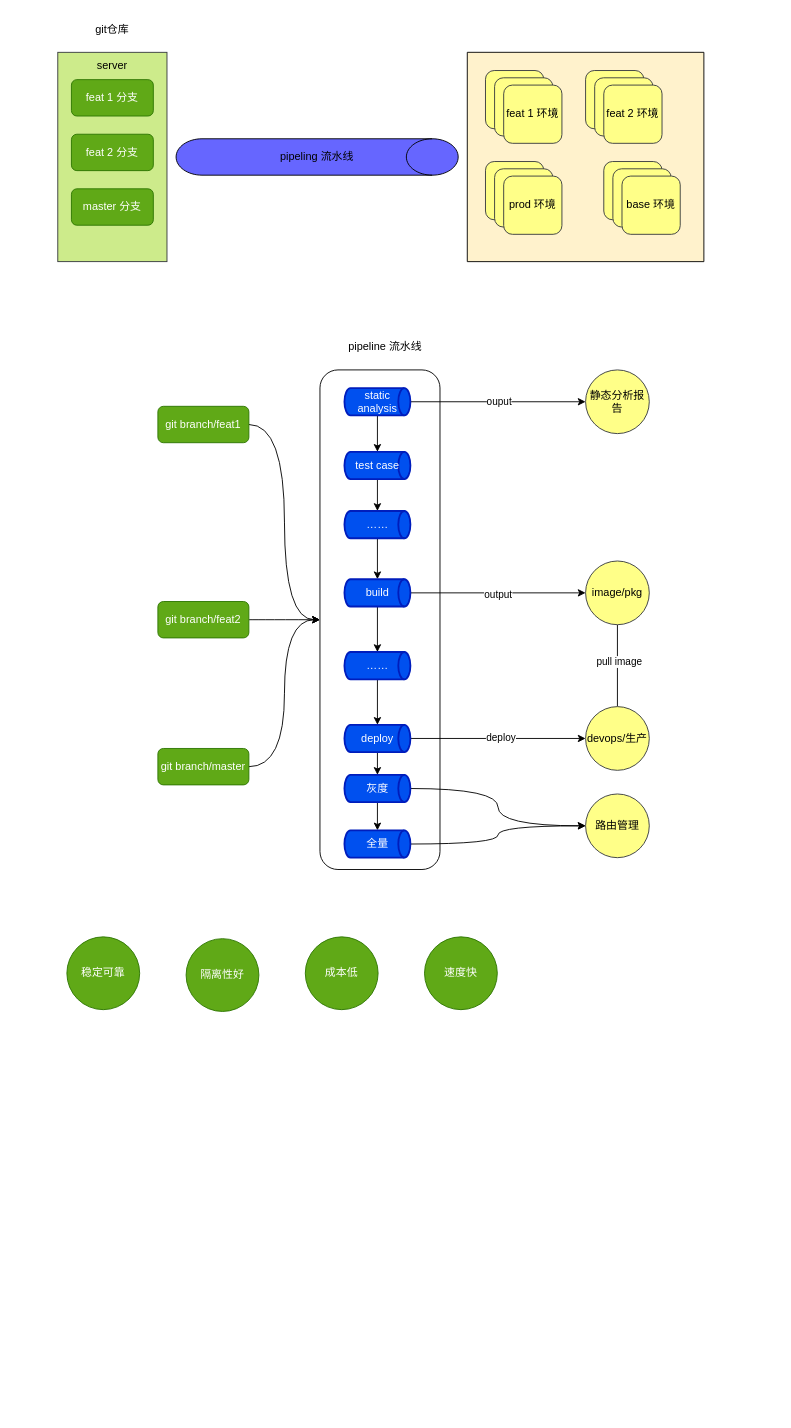
Earlier version of the draw.io diagram page "devops流程" (6 of 16) of sidecar.drawio (xinguai/asmshare). Source tidied: cells renumbered, new cells numbered last; positions are measured from the earlier drawing's top-left corner, leaving out a move shared by most shapes. Both pictures are drawn from the tidied source at 91%, with x=0, y=0 at pixel (57, 15).
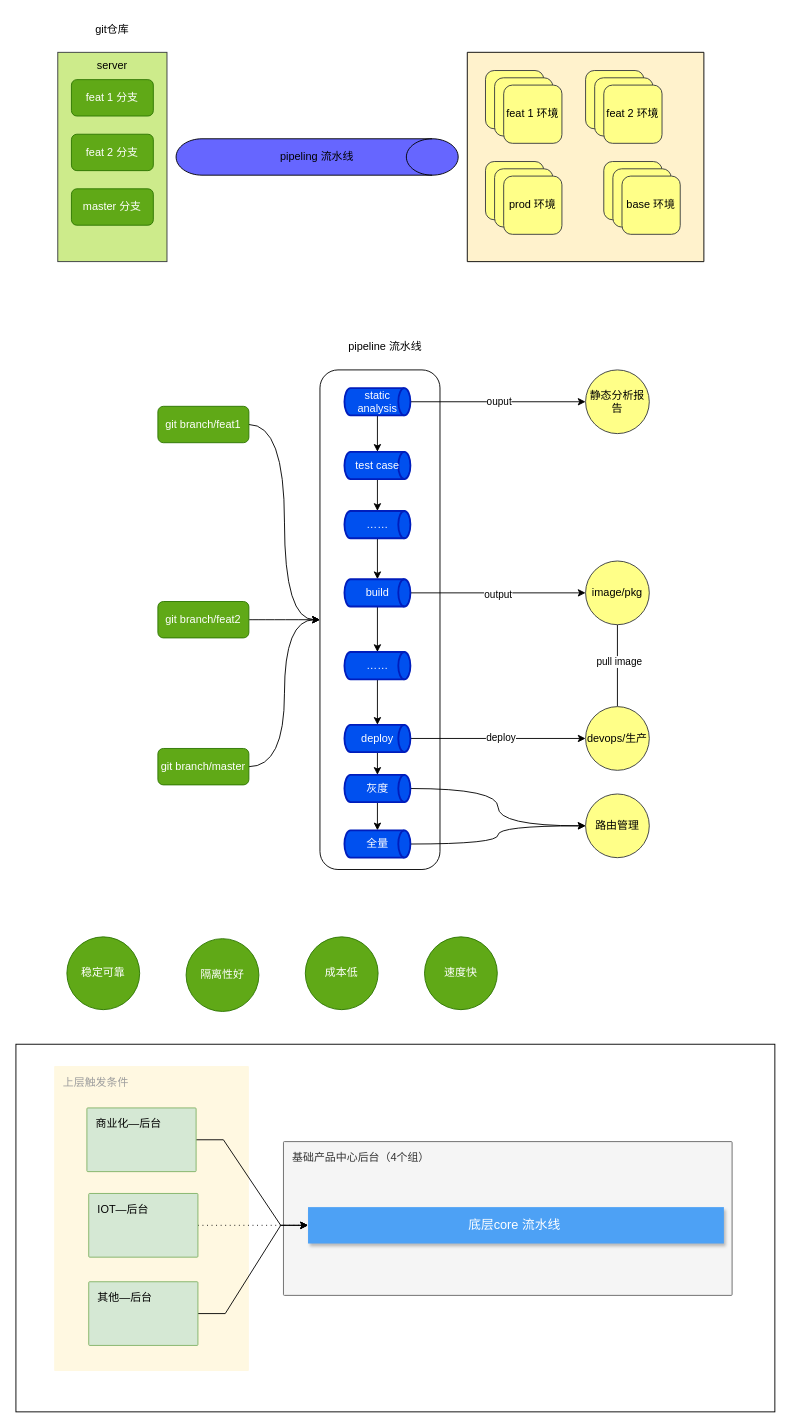
The same diagram, later.

Diff of the diagram source:
```diff
@@
+    <mxCell id="68" style="rounded=0;whiteSpace=wrap;html=1;" parent="1" vertex="1">
+      <mxGeometry x="-46" y="1130" width="834" height="404" as="geometry" />
+    </mxCell>
+    <mxCell id="69" value="上层触发条件" style="sketch=0;rounded=1;absoluteArcSize=1;arcSize=2;html=1;strokeColor=none;gradientColor=none;shadow=0;dashed=0;fontSize=12;fontColor=#9E9E9E;align=left;verticalAlign=top;spacing=10;spacingTop=-4;whiteSpace=wrap;fillColor=#FFF8E1;" parent="1" vertex="1">
+      <mxGeometry x="-4" y="1154" width="214" height="335" as="geometry" />
+    </mxCell>
+    <mxCell id="70" value="基础产品中心后台（4个组）" style="sketch=0;rounded=1;absoluteArcSize=1;arcSize=2;html=1;strokeColor=#666666;shadow=0;dashed=0;fontSize=12;fontColor=#333333;align=left;verticalAlign=top;spacing=10;spacingTop=-4;whiteSpace=wrap;fillColor=#f5f5f5;" parent="1" vertex="1">
+      <mxGeometry x="248" y="1237" width="493" height="169" as="geometry" />
+    </mxCell>
@@
+    <mxCell id="71" value="&lt;span style=&quot;white-space: pre;&quot;&gt;&#9;&lt;/span&gt;&lt;span style=&quot;white-space: pre;&quot;&gt;&#9;&lt;/span&gt;&lt;span style=&quot;white-space: pre;&quot;&gt;&#9;&lt;/span&gt;&lt;span style=&quot;white-space: pre;&quot;&gt;&#9;&lt;/span&gt;底层core 流水线" style="fillColor=#4DA1F5;strokeColor=none;shadow=1;gradientColor=none;fontSize=14;align=left;spacingLeft=50;fontColor=#ffffff;whiteSpace=wrap;html=1;" parent="1" vertex="1">
+      <mxGeometry x="275" y="1309" width="457" height="40" as="geometry" />
+    </mxCell>
+    <mxCell id="72" style="edgeStyle=entityRelationEdgeStyle;rounded=0;jettySize=auto;html=1;exitX=1;exitY=0.5;exitDx=0;exitDy=0;exitPerimeter=0;entryX=0;entryY=0.5;entryDx=0;entryDy=0;" parent="1" edge="1" source="73" target="71">
+      <mxGeometry relative="1" as="geometry" />
+    </mxCell>
+    <mxCell id="73" value="商业化—后台" style="sketch=0;points=[[0,0,0],[0.25,0,0],[0.5,0,0],[0.75,0,0],[1,0,0],[1,0.25,0],[1,0.5,0],[1,0.75,0],[1,1,0],[0.75,1,0],[0.5,1,0],[0.25,1,0],[0,1,0],[0,0.75,0],[0,0.5,0],[0,0.25,0]];rounded=1;absoluteArcSize=1;arcSize=2;html=1;strokeColor=#82b366;shadow=0;dashed=0;fontSize=12;align=left;verticalAlign=top;spacing=10;spacingTop=-4;whiteSpace=wrap;fillColor=#d5e8d4;" parent="1" vertex="1">
+      <mxGeometry x="32" y="1200" width="120" height="70" as="geometry" />
+    </mxCell>
+    <mxCell id="74" style="edgeStyle=entityRelationEdgeStyle;rounded=0;jettySize=auto;html=1;exitX=1;exitY=0.5;exitDx=0;exitDy=0;exitPerimeter=0;entryX=0;entryY=0.5;entryDx=0;entryDy=0;dashed=1;dashPattern=1 4;" parent="1" edge="1" source="75" target="71">
+      <mxGeometry relative="1" as="geometry" />
+    </mxCell>
+    <mxCell id="75" value="IOT—后台" style="sketch=0;points=[[0,0,0],[0.25,0,0],[0.5,0,0],[0.75,0,0],[1,0,0],[1,0.25,0],[1,0.5,0],[1,0.75,0],[1,1,0],[0.75,1,0],[0.5,1,0],[0.25,1,0],[0,1,0],[0,0.75,0],[0,0.5,0],[0,0.25,0]];rounded=1;absoluteArcSize=1;arcSize=2;html=1;strokeColor=#82b366;shadow=0;dashed=0;fontSize=12;align=left;verticalAlign=top;spacing=10;spacingTop=-4;whiteSpace=wrap;fillColor=#d5e8d4;" parent="1" vertex="1">
+      <mxGeometry x="34" y="1294" width="120" height="70" as="geometry" />
+    </mxCell>
+    <mxCell id="76" style="edgeStyle=entityRelationEdgeStyle;rounded=0;jettySize=auto;html=1;exitX=1;exitY=0.5;exitDx=0;exitDy=0;exitPerimeter=0;entryX=0;entryY=0.5;entryDx=0;entryDy=0;" parent="1" edge="1" source="77" target="71">
+      <mxGeometry relative="1" as="geometry" />
+    </mxCell>
+    <mxCell id="77" value="其他—后台" style="sketch=0;points=[[0,0,0],[0.25,0,0],[0.5,0,0],[0.75,0,0],[1,0,0],[1,0.25,0],[1,0.5,0],[1,0.75,0],[1,1,0],[0.75,1,0],[0.5,1,0],[0.25,1,0],[0,1,0],[0,0.75,0],[0,0.5,0],[0,0.25,0]];rounded=1;absoluteArcSize=1;arcSize=2;html=1;strokeColor=#82b366;shadow=0;dashed=0;fontSize=12;align=left;verticalAlign=top;spacing=10;spacingTop=-4;whiteSpace=wrap;fillColor=#d5e8d4;" parent="1" vertex="1">
+      <mxGeometry x="34" y="1391" width="120" height="70" as="geometry" />
+    </mxCell>
```
